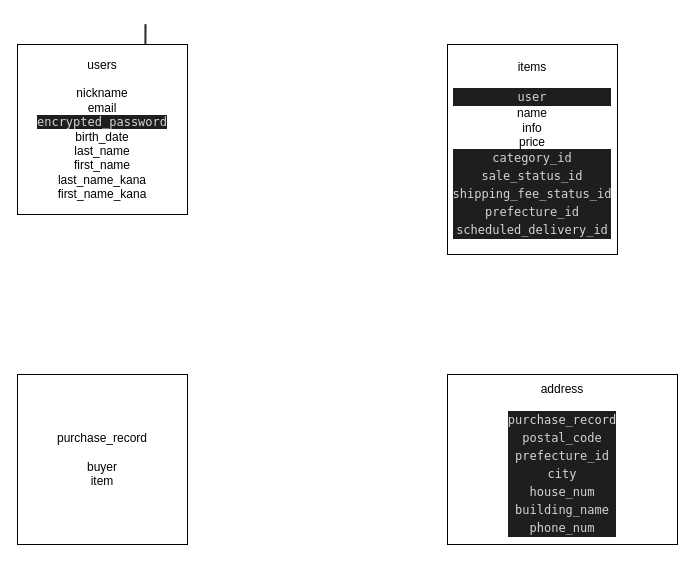
Earlier version of the draw.io diagram er.dio (blue-techcamp/furima-33017). Source tidied: cells renumbered, new cells numbered last; positions are measured from the earlier drawing's top-left corner, leaving out a move shared by most shapes. Both pictures are drawn from the tidied source at 100%, with x=0, y=0 at pixel (17, 44).
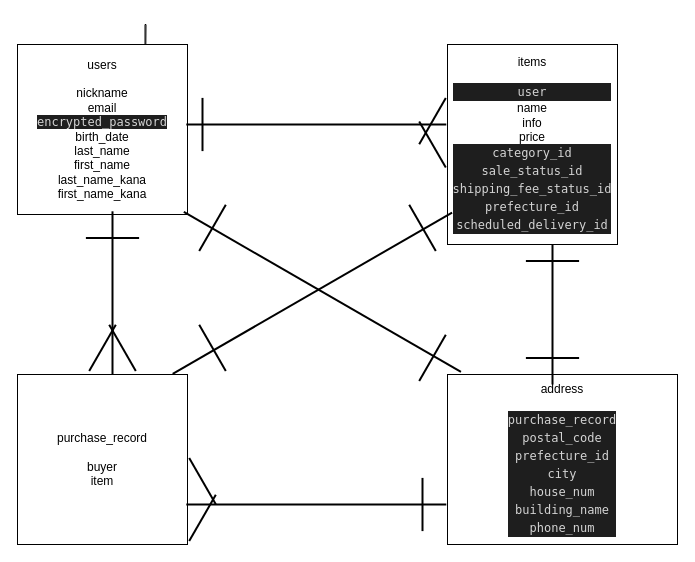
Above is the later version.

Change to the diagram source:
```diff
@@
     <mxCell id="4" value="items&lt;br&gt;&lt;br&gt;&lt;div style=&quot;color: rgb(212 , 212 , 212) ; background-color: rgb(30 , 30 , 30) ; font-family: &amp;#34;menlo&amp;#34; , &amp;#34;monaco&amp;#34; , &amp;#34;courier new&amp;#34; , monospace ; line-height: 18px&quot;&gt;user&lt;/div&gt;name&lt;br&gt;info&lt;br&gt;price&lt;br&gt;&lt;div style=&quot;color: rgb(212 , 212 , 212) ; background-color: rgb(30 , 30 , 30) ; font-family: &amp;#34;menlo&amp;#34; , &amp;#34;monaco&amp;#34; , &amp;#34;courier new&amp;#34; , monospace ; line-height: 18px&quot;&gt;category_id&lt;/div&gt;&lt;div style=&quot;color: rgb(212 , 212 , 212) ; background-color: rgb(30 , 30 , 30) ; font-family: &amp;#34;menlo&amp;#34; , &amp;#34;monaco&amp;#34; , &amp;#34;courier new&amp;#34; , monospace ; line-height: 18px&quot;&gt;sale_status_id&lt;/div&gt;&lt;div style=&quot;color: rgb(212 , 212 , 212) ; background-color: rgb(30 , 30 , 30) ; font-family: &amp;#34;menlo&amp;#34; , &amp;#34;monaco&amp;#34; , &amp;#34;courier new&amp;#34; , monospace ; line-height: 18px&quot;&gt;shipping_fee_status_id&lt;/div&gt;&lt;div style=&quot;color: rgb(212 , 212 , 212) ; background-color: rgb(30 , 30 , 30) ; font-family: &amp;#34;menlo&amp;#34; , &amp;#34;monaco&amp;#34; , &amp;#34;courier new&amp;#34; , monospace ; line-height: 18px&quot;&gt;prefecture_id&lt;/div&gt;&lt;div style=&quot;color: rgb(212 , 212 , 212) ; background-color: rgb(30 , 30 , 30) ; font-family: &amp;#34;menlo&amp;#34; , &amp;#34;monaco&amp;#34; , &amp;#34;courier new&amp;#34; , monospace ; line-height: 18px&quot;&gt;scheduled_delivery_id&lt;/div&gt;" style="rounded=0;whiteSpace=wrap;html=1;" parent="1" vertex="1">
-      <mxGeometry x="430" width="170" height="210" as="geometry" />
+      <mxGeometry x="430" width="170" height="200" as="geometry" />
     </mxCell>
@@
+    <mxCell id="7" style="line;strokeWidth=2;html=1;direction=south;rotation=-60;" parent="1" vertex="1">
+      <mxGeometry x="299.9" y="87.4" width="10" height="320" as="geometry" />
+    </mxCell>
+    <mxCell id="8" style="line;strokeWidth=2;html=1;direction=south;rotation=-120;" parent="1" vertex="1">
+      <mxGeometry x="289.9" y="87.4" width="10" height="322.6" as="geometry" />
+    </mxCell>
+    <mxCell id="9" style="line;strokeWidth=2;html=1;direction=south;rotation=-90;" parent="1" vertex="1">
+      <mxGeometry x="293.8" y="330" width="10" height="260" as="geometry" />
+    </mxCell>
+    <mxCell id="10" style="line;strokeWidth=2;html=1;direction=south;rotation=-90;" parent="1" vertex="1">
+      <mxGeometry x="293.8" y="-50" width="10" height="260" as="geometry" />
+    </mxCell>
+    <mxCell id="11" style="line;strokeWidth=2;html=1;direction=south;rotation=0;" parent="1" vertex="1">
+      <mxGeometry x="90" y="166.8" width="10" height="163.2" as="geometry" />
+    </mxCell>
+    <mxCell id="12" style="line;strokeWidth=2;html=1;direction=south;rotation=0;" parent="1" vertex="1">
+      <mxGeometry x="530" y="200" width="10" height="140" as="geometry" />
+    </mxCell>
+    <mxCell id="13" style="line;strokeWidth=2;html=1;direction=south;rotation=0;" parent="1" vertex="1">
+      <mxGeometry x="180" y="53.4" width="10" height="53.2" as="geometry" />
+    </mxCell>
+    <mxCell id="14" style="line;strokeWidth=2;html=1;direction=south;rotation=0;" parent="1" vertex="1">
+      <mxGeometry x="400" y="433.4" width="10" height="53.2" as="geometry" />
+    </mxCell>
+    <mxCell id="15" style="line;strokeWidth=2;html=1;direction=south;rotation=90;" parent="1" vertex="1">
+      <mxGeometry x="530" y="190" width="10" height="53.2" as="geometry" />
+    </mxCell>
+    <mxCell id="16" style="line;strokeWidth=2;html=1;direction=south;rotation=90;" parent="1" vertex="1">
+      <mxGeometry x="530" y="286.8" width="10" height="53.2" as="geometry" />
+    </mxCell>
+    <mxCell id="17" style="line;strokeWidth=2;html=1;direction=south;rotation=90;" parent="1" vertex="1">
+      <mxGeometry x="90" y="166.8" width="10" height="53.2" as="geometry" />
+    </mxCell>
+    <mxCell id="18" style="line;strokeWidth=2;html=1;direction=south;rotation=30;" parent="1" vertex="1">
+      <mxGeometry x="190" y="156.8" width="10" height="53.2" as="geometry" />
+    </mxCell>
+    <mxCell id="19" style="line;strokeWidth=2;html=1;direction=south;rotation=30;" parent="1" vertex="1">
+      <mxGeometry x="410" y="286.8" width="10" height="53.2" as="geometry" />
+    </mxCell>
+    <mxCell id="20" style="line;strokeWidth=2;html=1;direction=south;rotation=-30;" parent="1" vertex="1">
+      <mxGeometry x="190" y="276.8" width="10" height="53.2" as="geometry" />
+    </mxCell>
+    <mxCell id="21" style="line;strokeWidth=2;html=1;direction=south;rotation=-30;" parent="1" vertex="1">
+      <mxGeometry x="400" y="156.8" width="10" height="53.2" as="geometry" />
+    </mxCell>
+    <mxCell id="22" style="line;strokeWidth=2;html=1;direction=south;rotation=-30;" parent="1" vertex="1">
+      <mxGeometry x="180" y="410" width="10" height="53.2" as="geometry" />
+    </mxCell>
+    <mxCell id="23" style="line;strokeWidth=2;html=1;direction=south;rotation=30;" parent="1" vertex="1">
+      <mxGeometry x="180" y="446.8" width="10" height="53.2" as="geometry" />
+    </mxCell>
+    <mxCell id="24" style="line;strokeWidth=2;html=1;direction=south;rotation=30;" parent="1" vertex="1">
+      <mxGeometry x="80" y="276.8" width="10" height="53.2" as="geometry" />
+    </mxCell>
+    <mxCell id="25" style="line;strokeWidth=2;html=1;direction=south;rotation=-30;" parent="1" vertex="1">
+      <mxGeometry x="100" y="276.8" width="10" height="53.2" as="geometry" />
+    </mxCell>
+    <mxCell id="26" style="line;strokeWidth=2;html=1;direction=south;rotation=-30;" parent="1" vertex="1">
+      <mxGeometry x="410" y="73.4" width="10" height="53.2" as="geometry" />
+    </mxCell>
+    <mxCell id="27" style="line;strokeWidth=2;html=1;direction=south;rotation=30;" parent="1" vertex="1">
+      <mxGeometry x="410" y="50" width="10" height="53.2" as="geometry" />
+    </mxCell>
```
